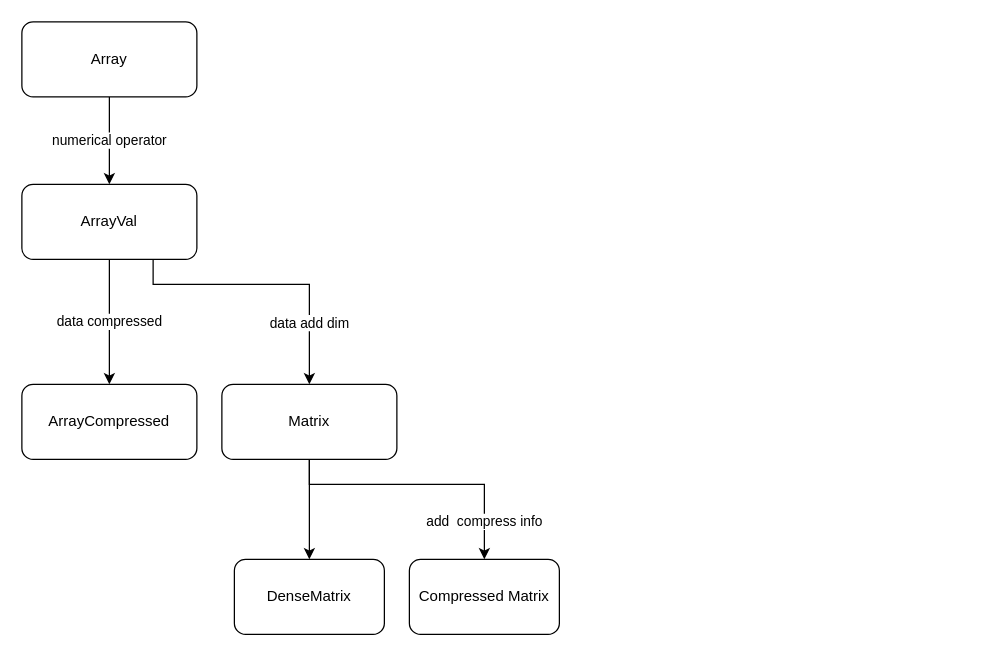
This is ArrayStructure.drawio from hyperpower/Nablla, a draw.io file, before an edit. Source tidied: cells renumbered, new cells numbered last; positions are measured from the earlier drawing's top-left corner, leaving out a move shared by most shapes. Both pictures are drawn from the tidied source at 125%, with x=0, y=0 at pixel (21, 21).
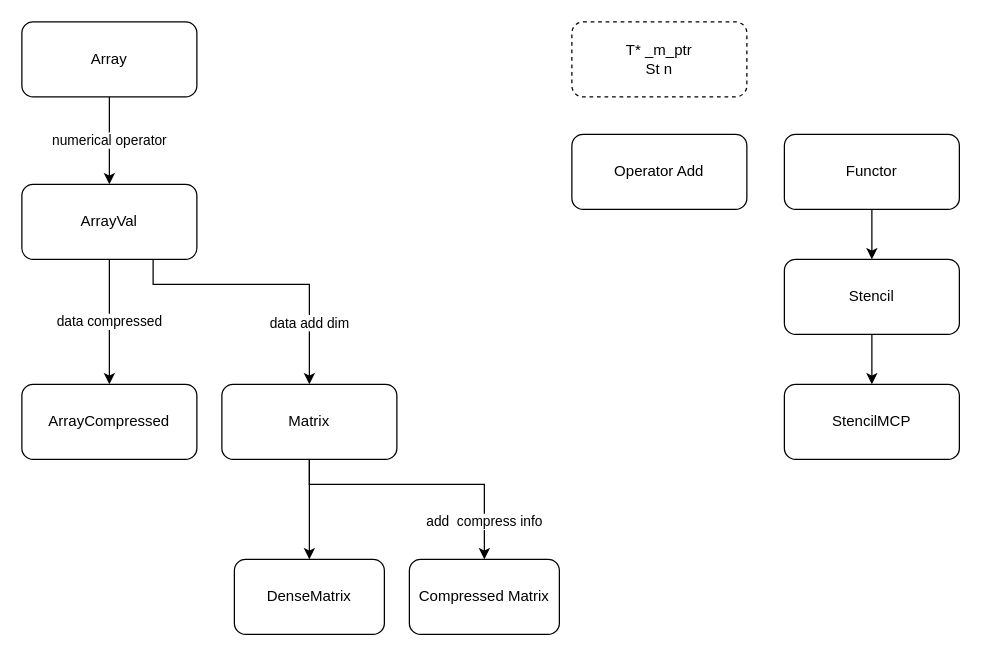
The same page after the edit.

Diff of the diagram source:
```diff
@@
+    <mxCell id="13" value="T* _m_ptr&lt;br&gt;St n" style="rounded=1;whiteSpace=wrap;html=1;dashed=1;" parent="1" vertex="1">
+      <mxGeometry x="440" width="140" height="60" as="geometry" />
+    </mxCell>
+    <mxCell id="14" value="Operator Add" style="rounded=1;whiteSpace=wrap;html=1;" parent="1" vertex="1">
+      <mxGeometry x="440" y="90" width="140" height="60" as="geometry" />
+    </mxCell>
+    <mxCell id="15" style="edgeStyle=orthogonalEdgeStyle;rounded=0;jettySize=auto;html=1;" parent="1" edge="1" source="16" target="18">
+      <mxGeometry relative="1" as="geometry" />
+    </mxCell>
+    <mxCell id="16" value="Functor" style="rounded=1;whiteSpace=wrap;html=1;" parent="1" vertex="1">
+      <mxGeometry x="610" y="90" width="140" height="60" as="geometry" />
+    </mxCell>
+    <mxCell id="17" style="edgeStyle=orthogonalEdgeStyle;rounded=0;jettySize=auto;html=1;" parent="1" edge="1" source="18" target="19">
+      <mxGeometry relative="1" as="geometry" />
+    </mxCell>
+    <mxCell id="18" value="Stencil" style="rounded=1;whiteSpace=wrap;html=1;" parent="1" vertex="1">
+      <mxGeometry x="610" y="190" width="140" height="60" as="geometry" />
+    </mxCell>
+    <mxCell id="19" value="StencilMCP" style="rounded=1;whiteSpace=wrap;html=1;" parent="1" vertex="1">
+      <mxGeometry x="610" y="290" width="140" height="60" as="geometry" />
+    </mxCell>
```
